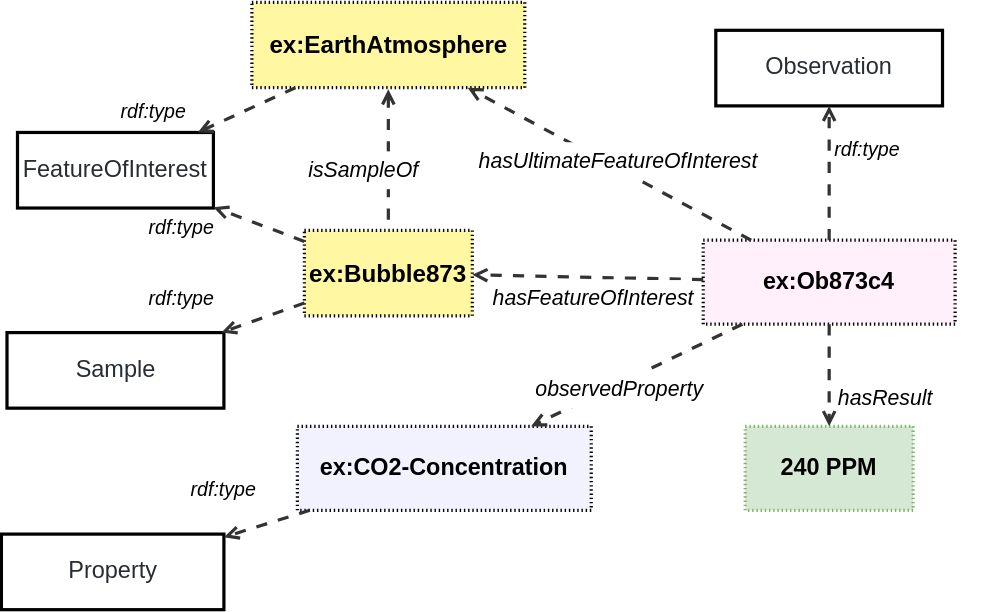
The draw.io diagram ssn/images/obs-sample-foi.svg in afeliachi/sdw-sosa-ssn, before a commit. Source tidied: cells renumbered, new cells last; positions are measured from the earlier drawing's top-left corner, leaving out a move shared by most shapes.
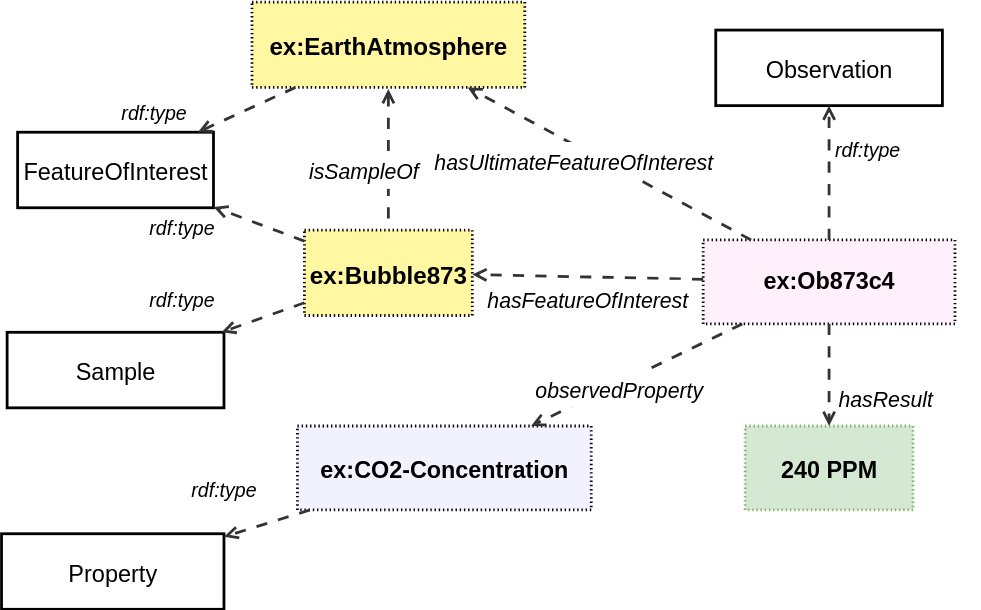
The same diagram one commit later.

Diff of the diagram source:
```diff
@@ -2,91 +2,91 @@
   <root>
     <mxCell id="0" />
     <mxCell id="1" parent="0" />
-    <mxCell id="2" style="html=1;jettySize=18;whiteSpace=wrap;fontSize=13;strokeColor=#333333;strokeOpacity=100;dashed=1;fixDash=1;dashPattern=8 8;strokeWidth=2.3;rounded=0;startArrow=open;endArrow=none;exitX=0.5;exitY=1.019;exitPerimeter=0;entryX=0.5;entryY=-0.019;entryPerimeter=0;lucidId=hcwLa337TQwS;" parent="1" edge="1" source="4" target="3">
+    <mxCell id="2" style="html=1;jettySize=18;whiteSpace=wrap;fontSize=13;strokeColor=#333333;strokeOpacity=100;dashed=1;fixDash=1;dashPattern=8 8;strokeWidth=2;rounded=0;startArrow=open;endArrow=none;exitX=0.5;exitY=1.019;exitPerimeter=0;entryX=0.5;entryY=-0.019;entryPerimeter=0;lucidId=hcwLa337TQwS;fontColor=default;convertToSvg=1;" parent="1" edge="1" source="4" target="3">
       <mxGeometry relative="1" as="geometry" />
     </mxCell>
-    <mxCell id="3" value="ex:Bubble873" style="html=1;overflow=block;blockSpacing=1;whiteSpace=wrap;fontSize=17.3;fontStyle=1;align=center;spacing=0;strokeOpacity=100;fillOpacity=100;fillColor=#fff7a1;dashed=1;fixDash=1;dashPattern=1 2;strokeWidth=2.3;" parent="1" vertex="1">
+    <mxCell id="3" value="ex:Bubble873" style="html=1;overflow=block;blockSpacing=1;whiteSpace=wrap;fontSize=17.3;fontStyle=1;align=center;spacing=0;strokeOpacity=100;fillOpacity=100;fillColor=#fff7a1;dashed=1;fixDash=1;dashPattern=1 2;strokeWidth=2;fontColor=default;convertToSvg=1;" parent="1" vertex="1">
       <mxGeometry x="217" y="163" width="120" height="61" as="geometry" />
     </mxCell>
-    <mxCell id="4" value="ex:EarthAtmosphere" style="html=1;overflow=block;blockSpacing=1;whiteSpace=wrap;fontSize=17.3;fontStyle=1;align=center;spacing=0;strokeOpacity=100;fillOpacity=100;fillColor=#fff7a1;dashed=1;fixDash=1;dashPattern=1 2;strokeWidth=2.3;" parent="1" vertex="1">
+    <mxCell id="4" value="ex:EarthAtmosphere" style="html=1;overflow=block;blockSpacing=1;whiteSpace=wrap;fontSize=17.3;fontStyle=1;align=center;spacing=0;strokeOpacity=100;fillOpacity=100;fillColor=#fff7a1;dashed=1;fixDash=1;dashPattern=1 2;strokeWidth=2;fontColor=default;convertToSvg=1;" parent="1" vertex="1">
       <mxGeometry x="179.5" width="195" height="61" as="geometry" />
     </mxCell>
-    <mxCell id="5" value="isSampleOf" style="html=1;overflow=block;blockSpacing=1;whiteSpace=wrap;fontSize=15.2;fontStyle=2;align=center;spacing=0;strokeColor=none;strokeOpacity=100;fillOpacity=100;fillColor=default;strokeWidth=2.3;lucidId=hcwLlhGHzkS8;" parent="1" vertex="1">
+    <mxCell id="5" value="isSampleOf" style="html=1;overflow=block;blockSpacing=1;whiteSpace=wrap;fontSize=15.2;fontStyle=2;align=center;spacing=0;strokeColor=none;strokeOpacity=100;fillOpacity=100;fillColor=default;strokeWidth=2;lucidId=hcwLlhGHzkS8;fontColor=default;convertToSvg=1;" parent="1" vertex="1">
       <mxGeometry x="192" y="106.5" width="135" height="27" as="geometry" />
     </mxCell>
-    <mxCell id="6" value="&lt;div style=&quot;display: flex; justify-content: center; text-align: center; align-items: baseline; font-size: 0; line-height: 1.25;margin-top: -2px;&quot;&gt;&lt;span&gt;&lt;span style=&quot;font-size:16.7px;font-weight: bold;&quot;&gt;ex:Ob873c4&lt;br&gt;&lt;/span&gt;&lt;/span&gt;&lt;/div&gt;&lt;div style=&quot;display: flex; justify-content: center; text-align: center; align-items: baseline; font-size: 0; line-height: 1.25;margin-top: -2px;&quot;&gt;&lt;span&gt;&lt;br&gt;&lt;/span&gt;&lt;/div&gt;" style="align=center;whiteSpace=wrap;overflow=block;blockSpacing=1;html=1;fontSize=13;spacing=0;strokeOpacity=100;fillOpacity=100;fillColor=#fff0fb;dashed=1;fixDash=1;dashPattern=1 2;strokeWidth=2.3;" parent="1" vertex="1">
+    <mxCell id="6" value="&lt;div style=&quot;display: flex; justify-content: center; text-align: center; align-items: baseline; font-size: 0; line-height: 1.25;margin-top: -2px;&quot;&gt;&lt;span&gt;&lt;span style=&quot;font-size:16.7px;font-weight: bold;&quot;&gt;ex:Ob873c4&lt;br&gt;&lt;/span&gt;&lt;/span&gt;&lt;/div&gt;&lt;div style=&quot;display: flex; justify-content: center; text-align: center; align-items: baseline; font-size: 0; line-height: 1.25;margin-top: -2px;&quot;&gt;&lt;span&gt;&lt;br&gt;&lt;/span&gt;&lt;/div&gt;" style="align=center;whiteSpace=wrap;overflow=block;blockSpacing=1;html=1;fontSize=13;spacing=0;strokeOpacity=100;fillOpacity=100;fillColor=#fff0fb;dashed=1;fixDash=1;dashPattern=1 2;strokeWidth=2;fontColor=default;convertToSvg=1;" parent="1" vertex="1">
       <mxGeometry x="502" y="170" width="180" height="60" as="geometry" />
     </mxCell>
-    <mxCell id="7" style="html=1;jettySize=18;whiteSpace=wrap;fontSize=13;strokeColor=#333333;strokeOpacity=100;dashed=1;fixDash=1;dashPattern=8 8;strokeWidth=2.3;rounded=0;startArrow=none;endArrow=open;lucidId=9fwLt.42cwO.;" parent="1" edge="1" source="6" target="3">
+    <mxCell id="7" style="html=1;jettySize=18;whiteSpace=wrap;fontSize=13;strokeColor=#333333;strokeOpacity=100;dashed=1;fixDash=1;dashPattern=8 8;strokeWidth=2;rounded=0;startArrow=none;endArrow=open;lucidId=9fwLt.42cwO.;fontColor=default;convertToSvg=1;" parent="1" edge="1" source="6" target="3">
       <mxGeometry relative="1" as="geometry" />
     </mxCell>
-    <mxCell id="8" value="ex:CO2-Concentration" style="html=1;overflow=block;blockSpacing=1;whiteSpace=wrap;fontSize=16.7;fontStyle=1;align=center;spacing=0;strokeOpacity=100;fillOpacity=100;fillColor=#f2f2ff;dashed=1;fixDash=1;dashPattern=1 2;strokeWidth=2.3;" parent="1" vertex="1">
+    <mxCell id="8" value="ex:CO2-Concentration" style="html=1;overflow=block;blockSpacing=1;whiteSpace=wrap;fontSize=16.7;fontStyle=1;align=center;spacing=0;strokeOpacity=100;fillOpacity=100;fillColor=#f2f2ff;dashed=1;fixDash=1;dashPattern=1 2;strokeWidth=2;fontColor=default;convertToSvg=1;" parent="1" vertex="1">
       <mxGeometry x="212" y="303" width="210" height="60" as="geometry" />
     </mxCell>
-    <mxCell id="9" style="html=1;jettySize=18;whiteSpace=wrap;fontSize=13;strokeColor=#333333;strokeOpacity=100;dashed=1;fixDash=1;dashPattern=8 8;strokeWidth=2.3;rounded=0;startArrow=none;endArrow=open;lucidId=qjwLu6bhV.el;" parent="1" edge="1" source="6" target="8">
+    <mxCell id="9" style="html=1;jettySize=18;whiteSpace=wrap;fontSize=13;strokeColor=#333333;strokeOpacity=100;dashed=1;fixDash=1;dashPattern=8 8;strokeWidth=2;rounded=0;startArrow=none;endArrow=open;lucidId=qjwLu6bhV.el;fontColor=default;convertToSvg=1;" parent="1" edge="1" source="6" target="8">
       <mxGeometry relative="1" as="geometry" />
     </mxCell>
-    <mxCell id="10" value="observedProperty" style="html=1;overflow=block;blockSpacing=1;whiteSpace=wrap;fontSize=15.2;fontStyle=2;align=center;spacing=0;strokeColor=none;strokeOpacity=100;fillOpacity=100;fillColor=default;strokeWidth=2.3;lucidId=EjwLLmlu0xvv;" parent="1" vertex="1">
+    <mxCell id="10" value="observedProperty" style="html=1;overflow=block;blockSpacing=1;whiteSpace=wrap;fontSize=15.2;fontStyle=2;align=center;spacing=0;strokeColor=none;strokeOpacity=100;fillOpacity=100;fillColor=default;strokeWidth=2;lucidId=EjwLLmlu0xvv;fontColor=default;convertToSvg=1;" parent="1" vertex="1">
       <mxGeometry x="374.5" y="263" width="135" height="27" as="geometry" />
     </mxCell>
-    <mxCell id="11" value="240 PPM" style="html=1;overflow=block;blockSpacing=1;whiteSpace=wrap;fontSize=16.7;fontStyle=1;align=center;spacing=0;strokeOpacity=100;fillOpacity=100;fillColor=#d5e8d4;dashed=1;fixDash=1;dashPattern=1 2;strokeWidth=2.3;strokeColor=#82b366;" parent="1" vertex="1">
+    <mxCell id="11" value="240 PPM" style="html=1;overflow=block;blockSpacing=1;whiteSpace=wrap;fontSize=16.7;fontStyle=1;align=center;spacing=0;strokeOpacity=100;fillOpacity=100;fillColor=#d5e8d4;dashed=1;fixDash=1;dashPattern=1 2;strokeWidth=2;strokeColor=#82b366;fontColor=default;convertToSvg=1;" parent="1" vertex="1">
       <mxGeometry x="532" y="303" width="120" height="60" as="geometry" />
     </mxCell>
-    <mxCell id="12" style="html=1;jettySize=18;whiteSpace=wrap;fontSize=13;strokeColor=#333333;strokeOpacity=100;dashed=1;fixDash=1;dashPattern=8 8;strokeWidth=2.3;rounded=0;startArrow=none;endArrow=open;lucidId=rnwL_.VNu9mH;" parent="1" edge="1" source="6" target="11">
+    <mxCell id="12" style="html=1;jettySize=18;whiteSpace=wrap;fontSize=13;strokeColor=#333333;strokeOpacity=100;dashed=1;fixDash=1;dashPattern=8 8;strokeWidth=2;rounded=0;startArrow=none;endArrow=open;lucidId=rnwL_.VNu9mH;fontColor=default;convertToSvg=1;" parent="1" edge="1" source="6" target="11">
       <mxGeometry relative="1" as="geometry" />
     </mxCell>
-    <mxCell id="13" value="hasResult" style="html=1;overflow=block;blockSpacing=1;whiteSpace=wrap;fontSize=15.2;fontStyle=2;align=center;spacing=0;strokeColor=none;strokeOpacity=100;fillOpacity=100;fillColor=none;strokeWidth=2.3;lucidId=FnwLO1VI2hQC;" parent="1" vertex="1">
+    <mxCell id="13" value="hasResult" style="html=1;overflow=block;blockSpacing=1;whiteSpace=wrap;fontSize=15.2;fontStyle=2;align=center;spacing=0;strokeColor=none;strokeOpacity=100;fillOpacity=100;fillColor=none;strokeWidth=2;lucidId=FnwLO1VI2hQC;fontColor=default;convertToSvg=1;" parent="1" vertex="1">
       <mxGeometry x="565" y="269" width="135" height="27" as="geometry" />
     </mxCell>
-    <mxCell id="14" style="html=1;jettySize=18;whiteSpace=wrap;fontSize=13;strokeColor=#333333;strokeOpacity=100;dashed=1;fixDash=1;dashPattern=8 8;strokeWidth=2.3;rounded=0;startArrow=none;endArrow=open;lucidId=9fwLt.42cwO.;" parent="1" edge="1" source="6" target="4">
+    <mxCell id="14" style="html=1;jettySize=18;whiteSpace=wrap;fontSize=13;strokeColor=#333333;strokeOpacity=100;dashed=1;fixDash=1;dashPattern=8 8;strokeWidth=2;rounded=0;startArrow=none;endArrow=open;lucidId=9fwLt.42cwO.;fontColor=default;convertToSvg=1;" parent="1" edge="1" source="6" target="4">
       <mxGeometry relative="1" as="geometry" />
     </mxCell>
-    <mxCell id="15" value="hasUltimateFeatureOfInterest" style="html=1;overflow=block;blockSpacing=1;whiteSpace=wrap;fontSize=15.2;fontStyle=2;align=center;spacing=0;strokeColor=none;strokeOpacity=100;fillOpacity=100;fillColor=default;strokeWidth=2.3;lucidId=KowLlu4J.R~l;" parent="1" vertex="1">
+    <mxCell id="15" value="hasUltimateFeatureOfInterest" style="html=1;overflow=block;blockSpacing=1;whiteSpace=wrap;fontSize=15.2;fontStyle=2;align=center;spacing=0;strokeColor=none;strokeOpacity=100;fillOpacity=100;fillColor=default;strokeWidth=2;lucidId=KowLlu4J.R~l;fontColor=default;convertToSvg=1;" parent="1" vertex="1">
       <mxGeometry x="342" y="100" width="135" height="27" as="geometry" />
     </mxCell>
-    <mxCell id="16" value="Property" style="html=1;overflow=block;blockSpacing=1;whiteSpace=wrap;fontSize=16.8;fontColor=#282c33;align=center;spacing=0;strokeOpacity=100;fillColor=none;strokeWidth=2.3;" parent="1" vertex="1">
+    <mxCell id="16" value="Property" style="html=1;overflow=block;blockSpacing=1;whiteSpace=wrap;fontSize=16.8;fontColor=default;align=center;spacing=0;strokeOpacity=100;fillColor=none;strokeWidth=2;convertToSvg=1;" parent="1" vertex="1">
       <mxGeometry x="0.5" y="380" width="159" height="54" as="geometry" />
     </mxCell>
-    <mxCell id="17" style="html=1;jettySize=18;whiteSpace=wrap;fontSize=13;strokeColor=#333333;strokeOpacity=100;dashed=1;fixDash=1;dashPattern=8 8;strokeWidth=2.3;rounded=1;arcSize=24;startArrow=none;endArrow=open;lucidId=NyNQDuX1wnY7;" parent="1" edge="1" source="8" target="16">
+    <mxCell id="17" style="html=1;jettySize=18;whiteSpace=wrap;fontSize=13;strokeColor=#333333;strokeOpacity=100;dashed=1;fixDash=1;dashPattern=8 8;strokeWidth=2;rounded=1;arcSize=24;startArrow=none;endArrow=open;lucidId=NyNQDuX1wnY7;fontColor=default;convertToSvg=1;" parent="1" edge="1" source="8" target="16">
       <mxGeometry relative="1" as="geometry" />
     </mxCell>
-    <mxCell id="18" value="rdf:type" style="html=1;overflow=block;blockSpacing=1;whiteSpace=wrap;fontSize=14;fontStyle=2;align=center;spacing=0;strokeColor=none;strokeOpacity=100;fillOpacity=100;fillColor=none;strokeWidth=2.3;lucidId=ZyNQdXScJ7d8;" parent="1" vertex="1">
+    <mxCell id="18" value="rdf:type" style="html=1;overflow=block;blockSpacing=1;whiteSpace=wrap;fontSize=14;fontStyle=2;align=center;spacing=0;strokeColor=none;strokeOpacity=100;fillOpacity=100;fillColor=none;strokeWidth=2;lucidId=ZyNQdXScJ7d8;fontColor=default;convertToSvg=1;" parent="1" vertex="1">
       <mxGeometry x="122" y="333" width="75" height="30" as="geometry" />
     </mxCell>
-    <mxCell id="19" value="FeatureOfInterest" style="html=1;overflow=block;blockSpacing=1;whiteSpace=wrap;fontSize=16.8;fontColor=#282c33;align=center;spacing=0;strokeOpacity=100;fillColor=none;strokeWidth=2.3;" parent="1" vertex="1">
+    <mxCell id="19" value="FeatureOfInterest" style="html=1;overflow=block;blockSpacing=1;whiteSpace=wrap;fontSize=16.8;fontColor=default;align=center;spacing=0;strokeOpacity=100;fillColor=none;strokeWidth=2;convertToSvg=1;" parent="1" vertex="1">
       <mxGeometry x="12" y="93" width="140" height="54" as="geometry" />
     </mxCell>
-    <mxCell id="20" value="rdf:type" style="html=1;overflow=block;blockSpacing=1;whiteSpace=wrap;fontSize=14;fontStyle=2;align=center;spacing=0;strokeColor=none;strokeOpacity=100;fillOpacity=100;fillColor=none;strokeWidth=2.3;lucidId=-xNQJ~mzVZk9;" parent="1" vertex="1">
+    <mxCell id="20" value="rdf:type" style="html=1;overflow=block;blockSpacing=1;whiteSpace=wrap;fontSize=14;fontStyle=2;align=center;spacing=0;strokeColor=none;strokeOpacity=100;fillOpacity=100;fillColor=none;strokeWidth=2;lucidId=-xNQJ~mzVZk9;fontColor=default;convertToSvg=1;" parent="1" vertex="1">
       <mxGeometry x="72" y="63" width="75" height="30" as="geometry" />
     </mxCell>
-    <mxCell id="21" style="html=1;jettySize=18;whiteSpace=wrap;fontSize=13;strokeColor=#333333;strokeOpacity=100;dashed=1;fixDash=1;dashPattern=8 8;strokeWidth=2.3;rounded=0;startArrow=none;endArrow=open;lucidId=XvNQ3zJcAKRb;" parent="1" edge="1" source="4" target="19">
+    <mxCell id="21" style="html=1;jettySize=18;whiteSpace=wrap;fontSize=13;strokeColor=#333333;strokeOpacity=100;dashed=1;fixDash=1;dashPattern=8 8;strokeWidth=2;rounded=0;startArrow=none;endArrow=open;lucidId=XvNQ3zJcAKRb;fontColor=default;convertToSvg=1;" parent="1" edge="1" source="4" target="19">
       <mxGeometry relative="1" as="geometry" />
     </mxCell>
-    <mxCell id="22" value="Observation" style="html=1;overflow=block;blockSpacing=1;whiteSpace=wrap;fontSize=16.8;fontColor=#282c33;align=center;spacing=0;strokeOpacity=100;fillColor=none;strokeWidth=2.3;" parent="1" vertex="1">
+    <mxCell id="22" value="Observation" style="html=1;overflow=block;blockSpacing=1;whiteSpace=wrap;fontSize=16.8;fontColor=default;align=center;spacing=0;strokeOpacity=100;fillColor=none;strokeWidth=2;convertToSvg=1;" parent="1" vertex="1">
       <mxGeometry x="511" y="20" width="162" height="54" as="geometry" />
     </mxCell>
-    <mxCell id="23" style="html=1;jettySize=18;whiteSpace=wrap;fontSize=13;strokeColor=#333333;strokeOpacity=100;dashed=1;fixDash=1;dashPattern=8 8;strokeWidth=2.3;rounded=1;arcSize=24;startArrow=none;endArrow=open;lucidId=JxNQvzbFsXaE;" parent="1" edge="1" source="6" target="22">
+    <mxCell id="23" style="html=1;jettySize=18;whiteSpace=wrap;fontSize=13;strokeColor=#333333;strokeOpacity=100;dashed=1;fixDash=1;dashPattern=8 8;strokeWidth=2;rounded=1;arcSize=24;startArrow=none;endArrow=open;lucidId=JxNQvzbFsXaE;fontColor=default;convertToSvg=1;" parent="1" edge="1" source="6" target="22">
       <mxGeometry relative="1" as="geometry" />
     </mxCell>
-    <mxCell id="24" value="rdf:type" style="html=1;overflow=block;blockSpacing=1;whiteSpace=wrap;fontSize=14;fontStyle=2;align=center;spacing=0;strokeColor=none;strokeOpacity=100;fillOpacity=100;fillColor=none;strokeWidth=2.3;lucidId=-xNQJ~mzVZk9;" parent="1" vertex="1">
+    <mxCell id="24" value="rdf:type" style="html=1;overflow=block;blockSpacing=1;whiteSpace=wrap;fontSize=14;fontStyle=2;align=center;spacing=0;strokeColor=none;strokeOpacity=100;fillOpacity=100;fillColor=none;strokeWidth=2;lucidId=-xNQJ~mzVZk9;fontColor=default;convertToSvg=1;" parent="1" vertex="1">
       <mxGeometry x="582" y="90" width="75" height="30" as="geometry" />
     </mxCell>
-    <mxCell id="25" value="Sample" style="html=1;overflow=block;blockSpacing=1;whiteSpace=wrap;fontSize=16.8;fontColor=#282c33;align=center;spacing=0;strokeOpacity=100;fillColor=none;strokeWidth=2.3;" parent="1" vertex="1">
+    <mxCell id="25" value="Sample" style="html=1;overflow=block;blockSpacing=1;whiteSpace=wrap;fontSize=16.8;fontColor=default;align=center;spacing=0;strokeOpacity=100;fillColor=none;strokeWidth=2;convertToSvg=1;" parent="1" vertex="1">
       <mxGeometry x="4.5" y="236" width="155" height="54" as="geometry" />
     </mxCell>
-    <mxCell id="26" value="rdf:type" style="html=1;overflow=block;blockSpacing=1;whiteSpace=wrap;fontSize=14;fontStyle=2;align=center;spacing=0;strokeColor=none;strokeOpacity=100;fillOpacity=100;fillColor=none;strokeWidth=2.3;lucidId=-xNQJ~mzVZk9;" parent="1" vertex="1">
+    <mxCell id="26" value="rdf:type" style="html=1;overflow=block;blockSpacing=1;whiteSpace=wrap;fontSize=14;fontStyle=2;align=center;spacing=0;strokeColor=none;strokeOpacity=100;fillOpacity=100;fillColor=none;strokeWidth=2;lucidId=-xNQJ~mzVZk9;fontColor=default;convertToSvg=1;" parent="1" vertex="1">
       <mxGeometry x="92" y="197" width="75" height="30" as="geometry" />
     </mxCell>
-    <mxCell id="27" style="html=1;jettySize=18;whiteSpace=wrap;fontSize=13;strokeColor=#333333;strokeOpacity=100;dashed=1;fixDash=1;dashPattern=8 8;strokeWidth=2.3;rounded=0;startArrow=none;endArrow=open;lucidId=XvNQ3zJcAKRb;" parent="1" edge="1" source="3" target="25">
+    <mxCell id="27" style="html=1;jettySize=18;whiteSpace=wrap;fontSize=13;strokeColor=#333333;strokeOpacity=100;dashed=1;fixDash=1;dashPattern=8 8;strokeWidth=2;rounded=0;startArrow=none;endArrow=open;lucidId=XvNQ3zJcAKRb;fontColor=default;convertToSvg=1;" parent="1" edge="1" source="3" target="25">
       <mxGeometry relative="1" as="geometry" />
     </mxCell>
-    <mxCell id="28" value="hasFeatureOfInterest" style="html=1;overflow=block;blockSpacing=1;whiteSpace=wrap;fontSize=15.2;fontStyle=2;align=center;spacing=0;strokeColor=none;strokeOpacity=100;fillOpacity=100;fillColor=default;strokeWidth=2.3;lucidId=KowLlu4J.R~l;" parent="1" vertex="1">
+    <mxCell id="28" value="hasFeatureOfInterest" style="html=1;overflow=block;blockSpacing=1;whiteSpace=wrap;fontSize=15.2;fontStyle=2;align=center;spacing=0;strokeColor=none;strokeOpacity=100;fillOpacity=100;fillColor=default;strokeWidth=2;lucidId=KowLlu4J.R~l;fontColor=default;convertToSvg=1;" parent="1" vertex="1">
       <mxGeometry x="352" y="198.5" width="135" height="27" as="geometry" />
     </mxCell>
-    <mxCell id="29" value="rdf:type" style="html=1;overflow=block;blockSpacing=1;whiteSpace=wrap;fontSize=14;fontStyle=2;align=center;spacing=0;strokeColor=none;strokeOpacity=100;fillOpacity=100;fillColor=none;strokeWidth=2.3;lucidId=-xNQJ~mzVZk9;" parent="1" vertex="1">
+    <mxCell id="29" value="rdf:type" style="html=1;overflow=block;blockSpacing=1;whiteSpace=wrap;fontSize=14;fontStyle=2;align=center;spacing=0;strokeColor=none;strokeOpacity=100;fillOpacity=100;fillColor=none;strokeWidth=2;lucidId=-xNQJ~mzVZk9;fontColor=default;convertToSvg=1;" parent="1" vertex="1">
       <mxGeometry x="92" y="145.5" width="75" height="30" as="geometry" />
     </mxCell>
-    <mxCell id="30" style="html=1;jettySize=18;whiteSpace=wrap;fontSize=13;strokeColor=#333333;strokeOpacity=100;dashed=1;fixDash=1;dashPattern=8 8;strokeWidth=2.3;rounded=0;startArrow=none;endArrow=open;lucidId=XvNQ3zJcAKRb;" parent="1" edge="1" source="3" target="19">
+    <mxCell id="30" style="html=1;jettySize=18;whiteSpace=wrap;fontSize=13;strokeColor=#333333;strokeOpacity=100;dashed=1;fixDash=1;dashPattern=8 8;strokeWidth=2;rounded=0;startArrow=none;endArrow=open;lucidId=XvNQ3zJcAKRb;fontColor=default;convertToSvg=1;" parent="1" edge="1" source="3" target="19">
       <mxGeometry relative="1" as="geometry" />
     </mxCell>
   </root>
```
